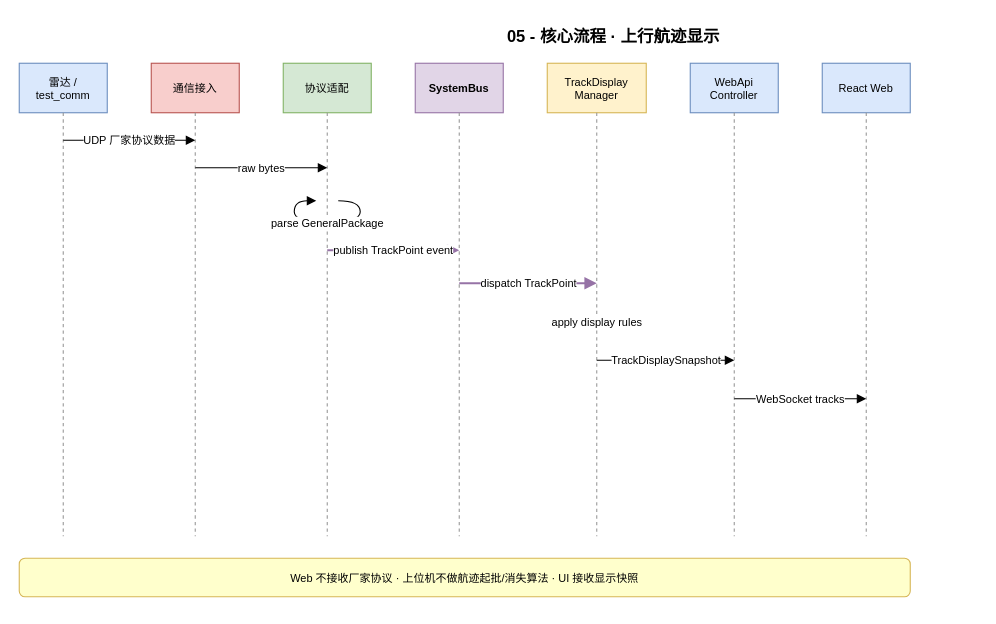
Earlier version of the draw.io diagram page "1-上行航迹显示" (1 of 5) of doc/architecture/05-核心流程.drawio (YoungL524/newAnti_arch). Source tidied: cells renumbered, new cells numbered last; positions are measured from the earlier drawing's top-left corner, leaving out a move shared by most shapes. Both pictures are drawn from the tidied source at 110%, with x=0, y=0 at pixel (19, 19).
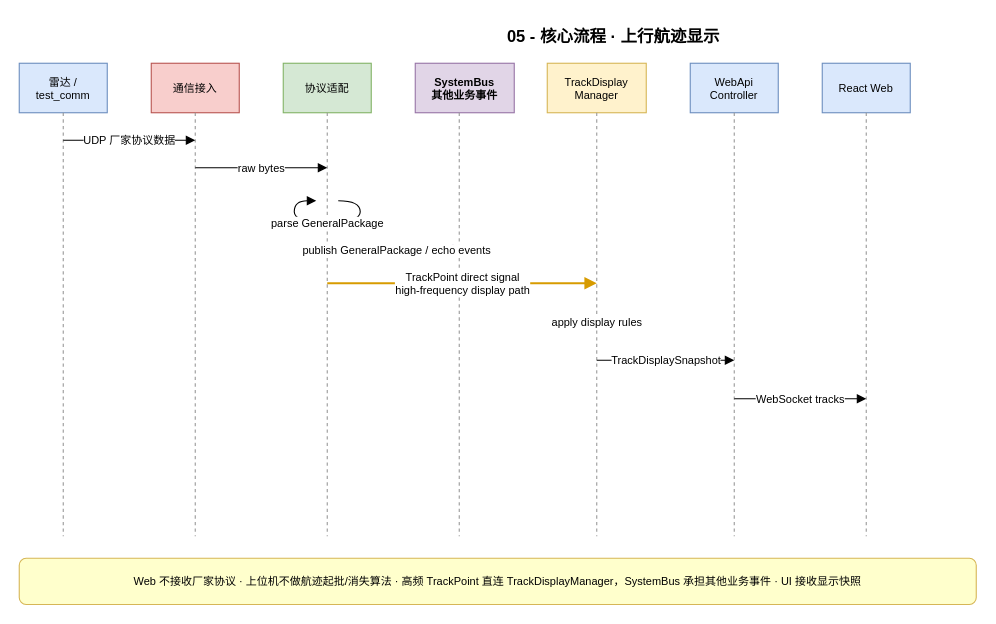
The same page after the edit.

Diff of the diagram source:
```diff
@@
-    <mxCell id="6" value="SystemBus" style="rounded=0;whiteSpace=wrap;html=1;fillColor=#e1d5e7;strokeColor=#9673a6;fontStyle=1;fontSize=10;" parent="1" vertex="1">
-      <mxGeometry x="360" y="40" width="80" height="45" as="geometry" />
+    <mxCell id="6" value="SystemBus&#10;其他业务事件" style="rounded=0;whiteSpace=wrap;html=1;fillColor=#e1d5e7;strokeColor=#9673a6;fontStyle=1;fontSize=10;" parent="1" vertex="1">
+      <mxGeometry x="360" y="40" width="90" height="45" as="geometry" />
     </mxCell>
@@
-    <mxCell id="20" value="publish TrackPoint event" style="endArrow=block;html=1;fontSize=10;strokeColor=#9673a6;strokeWidth=2;" parent="1" edge="1">
+    <mxCell id="20" value="publish GeneralPackage / echo events" style="endArrow=block;html=1;fontSize=10;strokeColor=#9673a6;strokeWidth=2;dashed=1;" parent="1" edge="1">
       <mxGeometry relative="1" as="geometry">
         <mxPoint x="280" y="210" as="sourcePoint" />
-        <mxPoint x="400" y="210" as="targetPoint" />
+        <mxPoint x="405" y="210" as="targetPoint" />
       </mxGeometry>
     </mxCell>
-    <mxCell id="21" value="dispatch TrackPoint" style="endArrow=block;html=1;fontSize=10;strokeColor=#9673a6;strokeWidth=2;" parent="1" edge="1">
+    <mxCell id="21" value="TrackPoint direct signal&#10;high-frequency display path" style="endArrow=block;html=1;fontSize=10;strokeColor=#d79b00;strokeWidth=2;" parent="1" edge="1">
       <mxGeometry relative="1" as="geometry">
-        <mxPoint x="400" y="240" as="sourcePoint" />
+        <mxPoint x="280" y="240" as="sourcePoint" />
         <mxPoint x="525" y="240" as="targetPoint" />
       </mxGeometry>
     </mxCell>
@@
-    <mxCell id="25" value="Web 不接收厂家协议 · 上位机不做航迹起批/消失算法 · UI 接收显示快照" style="rounded=1;whiteSpace=wrap;html=1;fillColor=#ffffcc;strokeColor=#d6b656;fontSize=10;" parent="1" vertex="1">
-      <mxGeometry y="490" width="810" height="35" as="geometry" />
+    <mxCell id="25" value="Web 不接收厂家协议 · 上位机不做航迹起批/消失算法 · 高频 TrackPoint 直连 TrackDisplayManager，SystemBus 承担其他业务事件 · UI 接收显示快照" style="rounded=1;whiteSpace=wrap;html=1;fillColor=#ffffcc;strokeColor=#d6b656;fontSize=10;" parent="1" vertex="1">
+      <mxGeometry y="490" width="870" height="42" as="geometry" />
     </mxCell>
```
